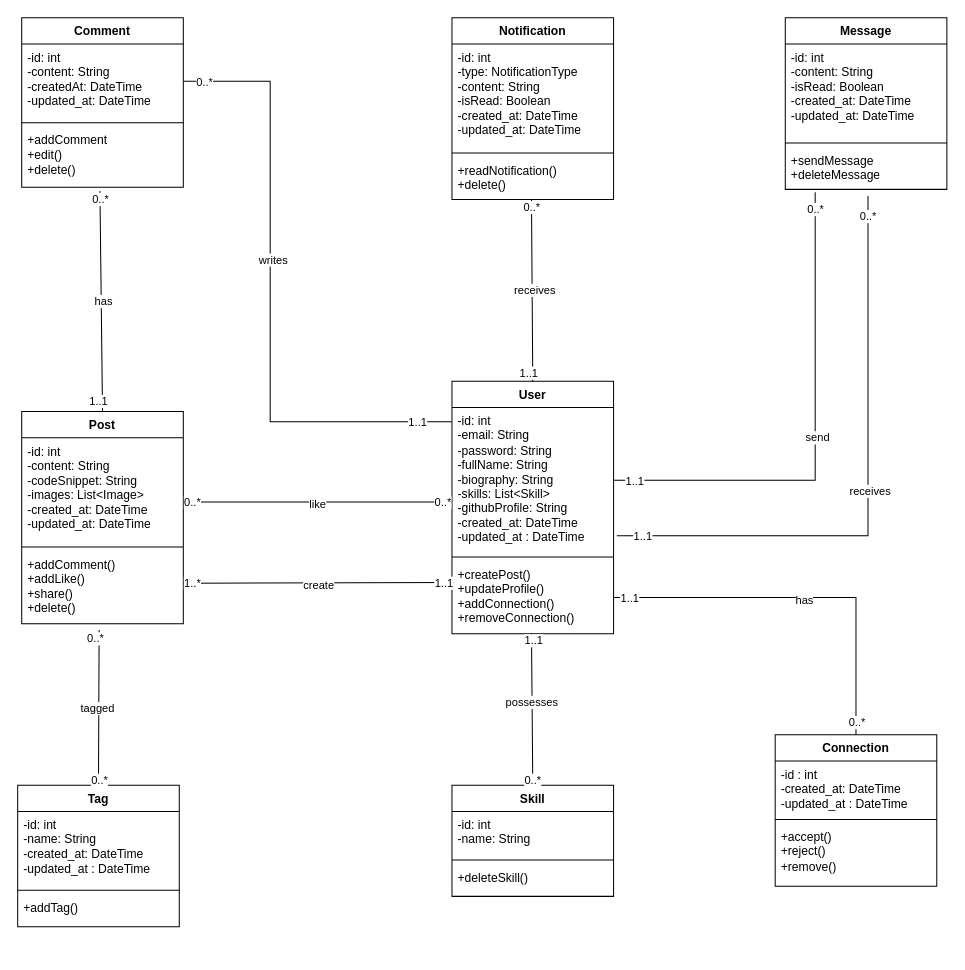
Before: page "Class" (1 of 2) of UML/Diagramme sans nom.drawio in ettaoussiilyas/DevNet, a draw.io diagram. Source tidied: cells renumbered, new cells numbered last; positions are measured from the earlier drawing's top-left corner, leaving out a move shared by most shapes. Both pictures are drawn from the tidied source at 101%, with x=0, y=0 at pixel (17, 17).
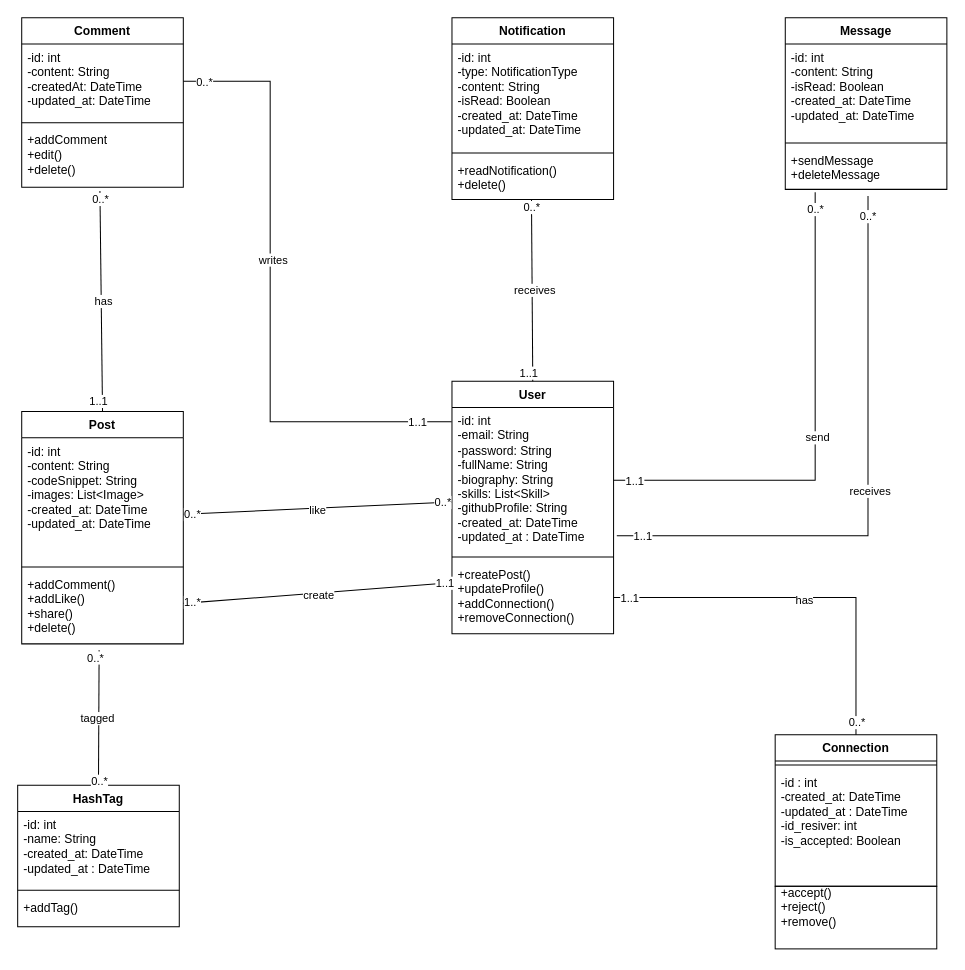
The same page after the edit.

The change refers to these unchanged cells:
```xml
<mxCell id="5" value="&lt;div&gt;+createPost()&lt;/div&gt;&lt;div&gt;+updateProfile()&lt;/div&gt;&lt;div&gt;+addConnection()&lt;/div&gt;&lt;div&gt;+removeConnection()&lt;/div&gt;&lt;div&gt;&lt;br&gt;&lt;/div&gt;" style="text;strokeColor=none;fillColor=none;align=left;verticalAlign=top;spacingLeft=4;spacingRight=4;overflow=hidden;points=[[0,0.5],[1,0.5]];portConstraint=eastwest;whiteSpace=wrap;html=1;" parent="2" vertex="1">
  <mxGeometry y="178" width="160" height="72" as="geometry" />
</mxCell>
<mxCell id="26" value="Connection" style="swimlane;fontStyle=1;align=center;verticalAlign=top;horizontal=1;startSize=26;whiteSpace=wrap;html=1;" parent="1" vertex="1">
  <mxGeometry x="750" y="710" width="160" height="150" as="geometry" />
</mxCell>
```

The edit, as a diff of the source:
```diff
@@
     <mxCell id="6" value="Post" style="swimlane;fontStyle=1;align=center;verticalAlign=top;horizontal=1;startSize=26;whiteSpace=wrap;html=1;" parent="1" vertex="1">
-      <mxGeometry x="4" y="390" width="160" height="210" as="geometry" />
+      <mxGeometry x="4" y="390" width="160" height="230" as="geometry" />
     </mxCell>
     <mxCell id="7" value="&lt;div&gt;-id: int&lt;/div&gt;&lt;div&gt;-content: String&lt;/div&gt;&lt;div&gt;-codeSnippet: String&lt;/div&gt;&lt;div&gt;-images: List&amp;lt;Image&amp;gt;&lt;/div&gt;&lt;div&gt;-created_at: DateTime&lt;/div&gt;&lt;div&gt;-updated_at: DateTime&lt;/div&gt;" style="text;strokeColor=none;fillColor=none;align=left;verticalAlign=top;spacingLeft=4;spacingRight=4;overflow=hidden;points=[[0,0.5],[1,0.5]];portConstraint=eastwest;whiteSpace=wrap;html=1;" parent="6" vertex="1">
-      <mxGeometry y="26" width="160" height="104" as="geometry" />
+      <mxGeometry y="26" width="160" height="124" as="geometry" />
     </mxCell>
     <mxCell id="8" style="line;strokeWidth=1;fillColor=none;align=left;verticalAlign=middle;spacingTop=-1;spacingLeft=3;spacingRight=3;labelPosition=right;strokeColor=inherit;" parent="6" vertex="1">
-      <mxGeometry y="130" width="160" height="8" as="geometry" />
+      <mxGeometry y="150" width="160" height="8" as="geometry" />
     </mxCell>
     <mxCell id="9" value="&lt;div&gt;&lt;div&gt;+addComment()&lt;/div&gt;&lt;div&gt;+addLike()&lt;/div&gt;&lt;div&gt;+share()&lt;/div&gt;&lt;div&gt;+delete()&lt;/div&gt;&lt;/div&gt;" style="text;strokeColor=none;fillColor=none;align=left;verticalAlign=top;spacingLeft=4;spacingRight=4;overflow=hidden;points=[[0,0.5],[1,0.5]];portConstraint=eastwest;whiteSpace=wrap;html=1;" parent="6" vertex="1">
-      <mxGeometry y="138" width="160" height="72" as="geometry" />
+      <mxGeometry y="158" width="160" height="72" as="geometry" />
     </mxCell>
-    <mxCell id="10" value="Skill" style="swimlane;fontStyle=1;align=center;verticalAlign=top;horizontal=1;startSize=26;whiteSpace=wrap;html=1;" parent="1" vertex="1">
-      <mxGeometry x="430" y="760" width="160" height="110" as="geometry" />
-    </mxCell>
-    <mxCell id="11" value="&lt;div&gt;-id: int&lt;/div&gt;&lt;div&gt;-name: String&lt;/div&gt;" style="text;strokeColor=none;fillColor=none;align=left;verticalAlign=top;spacingLeft=4;spacingRight=4;overflow=hidden;whiteSpace=wrap;html=1;" parent="10" vertex="1">
-      <mxGeometry y="26" width="160" height="44" as="geometry" />
-    </mxCell>
-    <mxCell id="12" style="line;strokeWidth=1;fillColor=none;align=left;verticalAlign=middle;spacingTop=-1;spacingLeft=3;spacingRight=3;labelPosition=right;strokeColor=inherit;" parent="10" vertex="1">
-      <mxGeometry y="70" width="160" height="8" as="geometry" />
-    </mxCell>
-    <mxCell id="13" value="+deleteSkill()" style="text;strokeColor=none;fillColor=none;align=left;verticalAlign=top;spacingLeft=4;spacingRight=4;overflow=hidden;whiteSpace=wrap;html=1;" parent="10" vertex="1">
-      <mxGeometry y="78" width="160" height="32" as="geometry" />
-    </mxCell>
@@
+    <mxCell id="28" style="line;strokeWidth=1;fillColor=none;align=left;verticalAlign=middle;spacingTop=-1;spacingLeft=3;spacingRight=3;labelPosition=right;strokeColor=inherit;" parent="26" vertex="1">
+      <mxGeometry y="26" width="160" height="8" as="geometry" />
+    </mxCell>
-    <mxCell id="27" value="&lt;div&gt;-id : int&lt;/div&gt;&lt;div&gt;&lt;div&gt;-created_at: DateTime&lt;/div&gt;&lt;div&gt;-updated_at : DateTime&lt;/div&gt;&lt;/div&gt;" style="text;strokeColor=none;fillColor=none;align=left;verticalAlign=top;spacingLeft=4;spacingRight=4;overflow=hidden;whiteSpace=wrap;html=1;" parent="26" vertex="1">
-      <mxGeometry y="26" width="160" height="54" as="geometry" />
+    <mxCell id="27" value="&lt;div&gt;-id : int&lt;/div&gt;&lt;div&gt;&lt;div&gt;-created_at: DateTime&lt;/div&gt;&lt;div&gt;-updated_at : DateTime&lt;/div&gt;&lt;/div&gt;&lt;div&gt;-id_resiver: int&lt;/div&gt;&lt;div&gt;-is_accepted: Boolean&lt;/div&gt;&lt;div&gt;&lt;br&gt;&lt;/div&gt;" style="text;strokeColor=none;fillColor=none;align=left;verticalAlign=top;spacingLeft=4;spacingRight=4;overflow=hidden;whiteSpace=wrap;html=1;" parent="26" vertex="1">
+      <mxGeometry y="34" width="160" height="116" as="geometry" />
     </mxCell>
-    <mxCell id="28" style="line;strokeWidth=1;fillColor=none;align=left;verticalAlign=middle;spacingTop=-1;spacingLeft=3;spacingRight=3;labelPosition=right;strokeColor=inherit;" parent="26" vertex="1">
-      <mxGeometry y="80" width="160" height="8" as="geometry" />
-    </mxCell>
-    <mxCell id="29" value="&lt;div&gt;+accept()&lt;/div&gt;&lt;div&gt;+reject()&lt;/div&gt;&lt;div&gt;+remove()&lt;/div&gt;" style="text;strokeColor=none;fillColor=none;align=left;verticalAlign=top;spacingLeft=4;spacingRight=4;overflow=hidden;whiteSpace=wrap;html=1;" parent="26" vertex="1">
-      <mxGeometry y="88" width="160" height="62" as="geometry" />
-    </mxCell>
-    <mxCell id="30" value="Tag" style="swimlane;fontStyle=1;align=center;verticalAlign=top;horizontal=1;startSize=26;whiteSpace=wrap;html=1;" parent="1" vertex="1">
+    <mxCell id="30" value="HashTag" style="swimlane;fontStyle=1;align=center;verticalAlign=top;horizontal=1;startSize=26;whiteSpace=wrap;html=1;" parent="1" vertex="1">
       <mxGeometry y="760" width="160" height="140" as="geometry" />
     </mxCell>
@@
-    <mxCell id="34" style="endArrow=none;html=1;rounded=0;exitX=0.5;exitY=0;exitDx=0;exitDy=0;entryX=0.492;entryY=1;entryDx=0;entryDy=0;entryPerimeter=0;" parent="1" edge="1" source="10" target="5">
-      <mxGeometry relative="1" as="geometry" />
-    </mxCell>
-    <mxCell id="35" value="possesses" style="edgeLabel;html=1;align=center;verticalAlign=middle;" parent="34" vertex="1">
-      <mxGeometry x="0.11" y="1" relative="1" as="geometry" />
-    </mxCell>
-    <mxCell id="36" value="0..*" style="edgeLabel;html=1;align=center;verticalAlign=middle;" parent="34" vertex="1">
-      <mxGeometry x="-0.92" relative="1" as="geometry" />
-    </mxCell>
-    <mxCell id="37" value="1..1" style="edgeLabel;html=1;align=center;verticalAlign=middle;" parent="34" vertex="1">
-      <mxGeometry x="0.91" y="-1" relative="1" as="geometry">
-        <mxPoint x="1" as="offset" />
-      </mxGeometry>
-    </mxCell>
@@
+    <mxCell id="29" value="&lt;div&gt;+accept()&lt;/div&gt;&lt;div&gt;+reject()&lt;/div&gt;&lt;div&gt;+remove()&lt;/div&gt;" style="text;strokeColor=default;fillColor=none;align=left;verticalAlign=top;spacingLeft=4;spacingRight=4;overflow=hidden;whiteSpace=wrap;html=1;perimeterSpacing=1;rounded=0;labelBorderColor=none;labelBackgroundColor=none;spacingTop=-7;fontColor=default;" parent="1" vertex="1">
+      <mxGeometry x="750" y="860" width="160" height="62" as="geometry" />
+    </mxCell>
```
